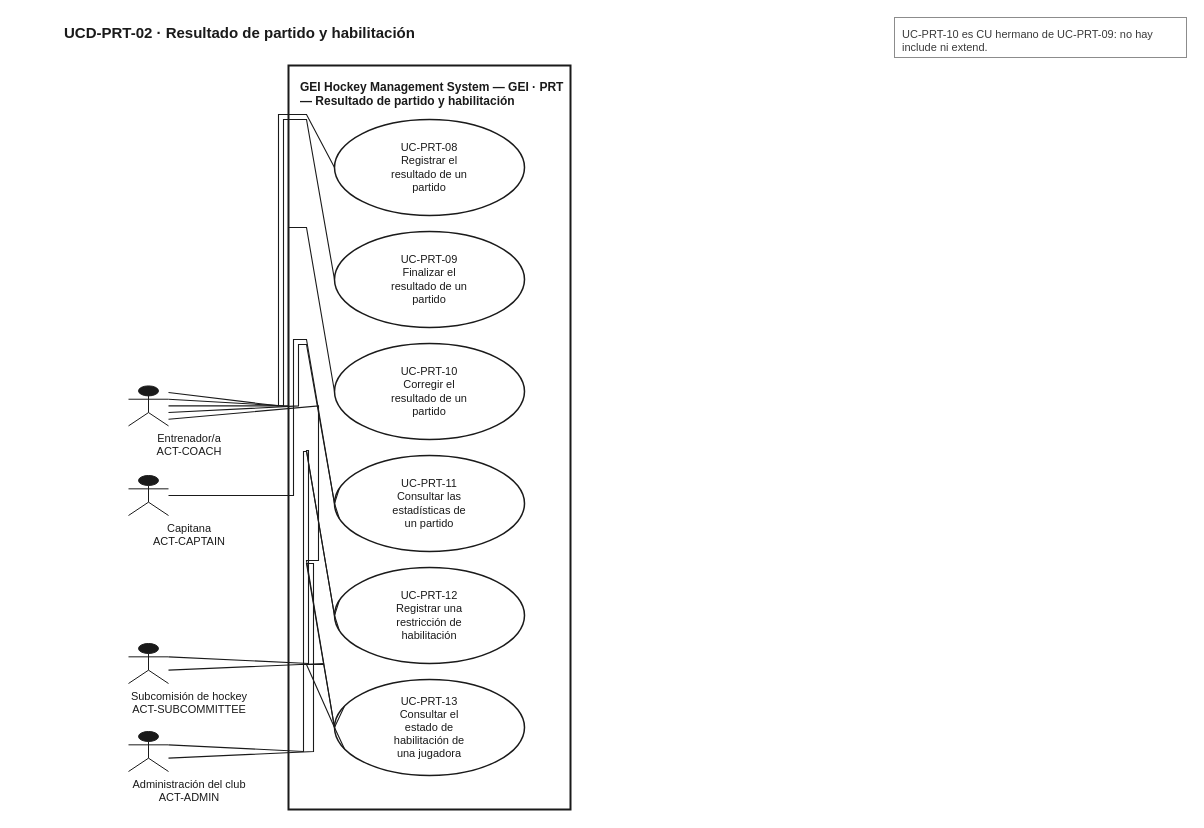
Earlier version of the draw.io diagram docs/uml/use-cases/source-v1_1/UCD-PRT-02__GEI_Match_Result_Selection.drawio (xeyroxpagode/Cluber). Source tidied: cells renumbered, new cells numbered last; positions are measured from the earlier drawing's top-left corner, leaving out a move shared by most shapes. Both pictures are drawn from the tidied source at 100%, with x=0, y=0 at pixel (62, 17).
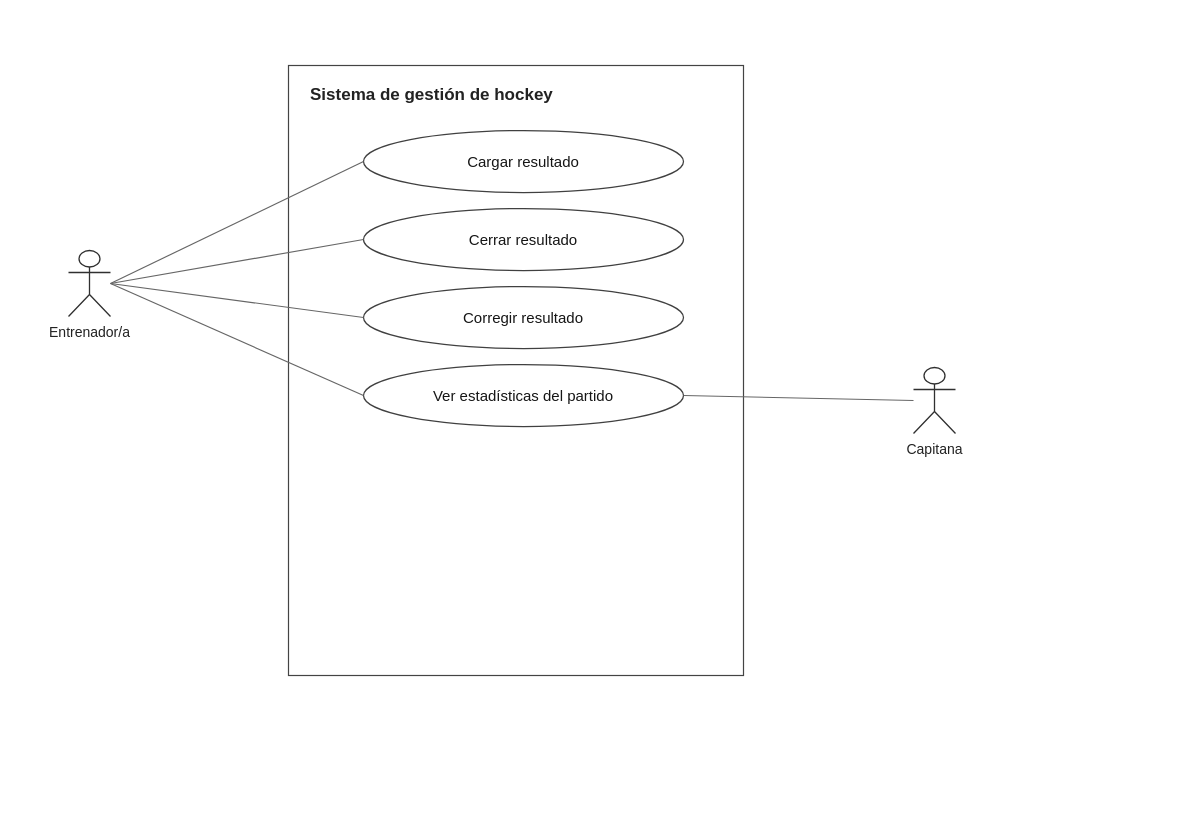
The same page after the edit.

Change to the diagram source:
```diff
@@
-<mxGraphModel>
+<mxGraphModel background="#FFFFFF">
@@
-    <mxCell id="2" value="UCD-PRT-02 · Resultado de partido y habilitación" style="text;html=1;strokeColor=none;fillColor=none;align=left;verticalAlign=middle;fontFamily=Helvetica;fontSize=15;fontStyle=1;fontColor=#1A1A1A;" parent="1" vertex="1">
-      <mxGeometry y="2" width="800" height="26" as="geometry" />
-    </mxCell>
-    <mxCell id="3" value="GEI Hockey Management System — GEI · PRT — Resultado de partido y habilitación" style="rounded=0;whiteSpace=wrap;html=1;fillColor=#FFFFFF;strokeColor=#1A1A1A;strokeWidth=2;verticalAlign=top;align=left;spacingLeft=10;spacingTop=8;fontFamily=Helvetica;fontSize=12;fontStyle=1;fontColor=#1A1A1A;" parent="1" vertex="1">
-      <mxGeometry x="226" y="48" width="282" height="744" as="geometry" />
+    <mxCell id="3" value="Sistema de gestión de hockey" style="rounded=0;whiteSpace=wrap;html=1;fillColor=#FFFFFF;strokeColor=#444444;strokeWidth=1.2;fontStyle=1;fontSize=17;fontColor=#222222;align=left;verticalAlign=top;spacingLeft=20;spacingTop=13;" parent="1" vertex="1">
+      <mxGeometry x="226" y="48" width="455" height="610" as="geometry" />
     </mxCell>
-    <mxCell id="4" value="UC-PRT-08&lt;br&gt;Registrar el&lt;br&gt;resultado de un&lt;br&gt;partido" style="ellipse;whiteSpace=wrap;html=1;fillColor=#FFFFFF;strokeColor=#1A1A1A;strokeWidth=1.5;fontFamily=Helvetica;fontSize=11;fontColor=#1A1A1A;align=center;verticalAlign=middle;" parent="1" vertex="1">
-      <mxGeometry x="272" y="102" width="190" height="96" as="geometry" />
-    </mxCell>
-    <mxCell id="5" value="UC-PRT-09&lt;br&gt;Finalizar el&lt;br&gt;resultado de un&lt;br&gt;partido" style="ellipse;whiteSpace=wrap;html=1;fillColor=#FFFFFF;strokeColor=#1A1A1A;strokeWidth=1.5;fontFamily=Helvetica;fontSize=11;fontColor=#1A1A1A;align=center;verticalAlign=middle;" parent="1" vertex="1">
-      <mxGeometry x="272" y="214" width="190" height="96" as="geometry" />
-    </mxCell>
-    <mxCell id="6" value="UC-PRT-10&lt;br&gt;Corregir el&lt;br&gt;resultado de un&lt;br&gt;partido" style="ellipse;whiteSpace=wrap;html=1;fillColor=#FFFFFF;strokeColor=#1A1A1A;strokeWidth=1.5;fontFamily=Helvetica;fontSize=11;fontColor=#1A1A1A;align=center;verticalAlign=middle;" parent="1" vertex="1">
-      <mxGeometry x="272" y="326" width="190" height="96" as="geometry" />
-    </mxCell>
-    <mxCell id="7" value="UC-PRT-11&lt;br&gt;Consultar las&lt;br&gt;estadísticas de&lt;br&gt;un partido" style="ellipse;whiteSpace=wrap;html=1;fillColor=#FFFFFF;strokeColor=#1A1A1A;strokeWidth=1.5;fontFamily=Helvetica;fontSize=11;fontColor=#1A1A1A;align=center;verticalAlign=middle;" parent="1" vertex="1">
-      <mxGeometry x="272" y="438" width="190" height="96" as="geometry" />
-    </mxCell>
-    <mxCell id="8" value="UC-PRT-12&lt;br&gt;Registrar una&lt;br&gt;restricción de&lt;br&gt;habilitación" style="ellipse;whiteSpace=wrap;html=1;fillColor=#FFFFFF;strokeColor=#1A1A1A;strokeWidth=1.5;fontFamily=Helvetica;fontSize=11;fontColor=#1A1A1A;align=center;verticalAlign=middle;" parent="1" vertex="1">
-      <mxGeometry x="272" y="550" width="190" height="96" as="geometry" />
-    </mxCell>
-    <mxCell id="9" value="UC-PRT-13&lt;br&gt;Consultar el&lt;br&gt;estado de&lt;br&gt;habilitación de&lt;br&gt;una jugadora" style="ellipse;whiteSpace=wrap;html=1;fillColor=#FFFFFF;strokeColor=#1A1A1A;strokeWidth=1.5;fontFamily=Helvetica;fontSize=11;fontColor=#1A1A1A;align=center;verticalAlign=middle;" parent="1" vertex="1">
-      <mxGeometry x="272" y="662" width="190" height="96" as="geometry" />
-    </mxCell>
-    <mxCell id="10" style="shape=umlActor;html=1;verticalLabelPosition=bottom;verticalAlign=top;align=center;labelBackgroundColor=#FFFFFF;fontFamily=Helvetica;fontSize=11;fontColor=#1A1A1A;strokeColor=#1A1A1A;fillColor=#1A1A1A;" parent="1" vertex="1">
-      <mxGeometry x="66" y="368.4" width="40" height="40" as="geometry" />
-    </mxCell>
-    <mxCell id="11" value="Entrenador/a&lt;br&gt;ACT-COACH" style="text;html=1;strokeColor=none;fillColor=none;align=center;verticalAlign=top;fontFamily=Helvetica;fontSize=11;fontColor=#1A1A1A;whiteSpace=wrap;" parent="1" vertex="1">
-      <mxGeometry x="42" y="408.4" width="170" height="28" as="geometry" />
-    </mxCell>
-    <mxCell id="12" style="shape=umlActor;html=1;verticalLabelPosition=bottom;verticalAlign=top;align=center;labelBackgroundColor=#FFFFFF;fontFamily=Helvetica;fontSize=11;fontColor=#1A1A1A;strokeColor=#1A1A1A;fillColor=#1A1A1A;" parent="1" vertex="1">
-      <mxGeometry x="66" y="458" width="40" height="40" as="geometry" />
-    </mxCell>
-    <mxCell id="13" value="Capitana&lt;br&gt;ACT-CAPTAIN" style="text;html=1;strokeColor=none;fillColor=none;align=center;verticalAlign=top;fontFamily=Helvetica;fontSize=11;fontColor=#1A1A1A;whiteSpace=wrap;" parent="1" vertex="1">
-      <mxGeometry x="42" y="498" width="170" height="28" as="geometry" />
-    </mxCell>
-    <mxCell id="14" style="shape=umlActor;html=1;verticalLabelPosition=bottom;verticalAlign=top;align=center;labelBackgroundColor=#FFFFFF;fontFamily=Helvetica;fontSize=11;fontColor=#1A1A1A;strokeColor=#1A1A1A;fillColor=#1A1A1A;" parent="1" vertex="1">
-      <mxGeometry x="66" y="626" width="40" height="40" as="geometry" />
-    </mxCell>
-    <mxCell id="15" value="Subcomisión de hockey&lt;br&gt;ACT-SUBCOMMITTEE" style="text;html=1;strokeColor=none;fillColor=none;align=center;verticalAlign=top;fontFamily=Helvetica;fontSize=11;fontColor=#1A1A1A;whiteSpace=wrap;" parent="1" vertex="1">
-      <mxGeometry x="42" y="666" width="170" height="28" as="geometry" />
-    </mxCell>
-    <mxCell id="16" style="shape=umlActor;html=1;verticalLabelPosition=bottom;verticalAlign=top;align=center;labelBackgroundColor=#FFFFFF;fontFamily=Helvetica;fontSize=11;fontColor=#1A1A1A;strokeColor=#1A1A1A;fillColor=#1A1A1A;" parent="1" vertex="1">
-      <mxGeometry x="66" y="714" width="40" height="40" as="geometry" />
-    </mxCell>
-    <mxCell id="17" value="Administración del club&lt;br&gt;ACT-ADMIN" style="text;html=1;strokeColor=none;fillColor=none;align=center;verticalAlign=top;fontFamily=Helvetica;fontSize=11;fontColor=#1A1A1A;whiteSpace=wrap;" parent="1" vertex="1">
-      <mxGeometry x="42" y="754" width="170" height="28" as="geometry" />
-    </mxCell>
-    <mxCell id="18" value="UC-PRT-10 es CU hermano de UC-PRT-09: no hay&lt;br&gt;include ni extend." style="rounded=0;whiteSpace=wrap;html=1;fillColor=#FFFFFF;strokeColor=#8C8C8C;strokeWidth=1;align=left;verticalAlign=top;spacingLeft=6;spacingTop=4;fontFamily=Helvetica;fontSize=11;fontColor=#3A3A3A;" parent="1" vertex="1">
-      <mxGeometry x="832" width="292" height="40" as="geometry" />
-    </mxCell>
-    <mxCell id="19" style="endArrow=none;html=1;rounded=0;strokeColor=#1A1A1A;strokeWidth=1.1;exitX=1;exitY=0.16666666666666666;exitDx=0;exitDy=0;entryX=0;entryY=0.5;entryDx=0;entryDy=0;" parent="1" edge="1" source="10" target="4">
-      <mxGeometry relative="1" as="geometry">
-        <Array as="points">
-          <mxPoint x="216" y="388.4" />
-          <mxPoint x="216" y="97" />
-          <mxPoint x="244" y="97" />
-          <mxPoint x="272" y="150" />
-        </Array>
-      </mxGeometry>
-    </mxCell>
-    <mxCell id="20" style="endArrow=none;html=1;rounded=0;strokeColor=#1A1A1A;strokeWidth=1.1;exitX=1;exitY=0.3333333333333333;exitDx=0;exitDy=0;entryX=0;entryY=0.5;entryDx=0;entryDy=0;" parent="1" edge="1" source="10" target="5">
-      <mxGeometry relative="1" as="geometry">
-        <Array as="points">
-          <mxPoint x="221" y="388.4" />
-          <mxPoint x="221" y="102" />
-          <mxPoint x="244" y="102" />
-          <mxPoint x="272" y="262" />
-        </Array>
-      </mxGeometry>
-    </mxCell>
-    <mxCell id="21" style="endArrow=none;html=1;rounded=0;strokeColor=#1A1A1A;strokeWidth=1.1;exitX=1;exitY=0.5;exitDx=0;exitDy=0;entryX=0;entryY=0.5;entryDx=0;entryDy=0;" parent="1" edge="1" source="10" target="6">
-      <mxGeometry relative="1" as="geometry">
-        <Array as="points">
-          <mxPoint x="226" y="388.4" />
-          <mxPoint x="226" y="210" />
-          <mxPoint x="244" y="210" />
-          <mxPoint x="272" y="374" />
-        </Array>
-      </mxGeometry>
-    </mxCell>
-    <mxCell id="22" style="endArrow=none;html=1;rounded=0;strokeColor=#1A1A1A;strokeWidth=1.1;exitX=1;exitY=0.5;exitDx=0;exitDy=0;entryX=0;entryY=0.6666666666666666;entryDx=0;entryDy=0;" parent="1" edge="1" source="12" target="7">
-      <mxGeometry relative="1" as="geometry">
-        <Array as="points">
-          <mxPoint x="231" y="478" />
-          <mxPoint x="231" y="322" />
-          <mxPoint x="244" y="322" />
-          <mxPoint x="272" y="486" />
-        </Array>
-      </mxGeometry>
-    </mxCell>
-    <mxCell id="23" style="endArrow=none;html=1;rounded=0;strokeColor=#1A1A1A;strokeWidth=1.1;exitX=1;exitY=0.6666666666666666;exitDx=0;exitDy=0;entryX=0;entryY=0.3333333333333333;entryDx=0;entryDy=0;" parent="1" edge="1" source="10" target="7">
-      <mxGeometry relative="1" as="geometry">
-        <Array as="points">
-          <mxPoint x="236" y="388.4" />
-          <mxPoint x="236" y="327" />
-          <mxPoint x="244" y="327" />
-          <mxPoint x="272" y="486" />
-        </Array>
-      </mxGeometry>
-    </mxCell>
-    <mxCell id="24" style="endArrow=none;html=1;rounded=0;strokeColor=#1A1A1A;strokeWidth=1.1;exitX=1;exitY=0.3333333333333333;exitDx=0;exitDy=0;entryX=0;entryY=0.6666666666666666;entryDx=0;entryDy=0;" parent="1" edge="1" source="16" target="8">
-      <mxGeometry relative="1" as="geometry">
-        <Array as="points">
-          <mxPoint x="241" y="734" />
-          <mxPoint x="241" y="434" />
-          <mxPoint x="244" y="434" />
-          <mxPoint x="272" y="598" />
-        </Array>
-      </mxGeometry>
-    </mxCell>
-    <mxCell id="25" style="endArrow=none;html=1;rounded=0;strokeColor=#1A1A1A;strokeWidth=1.1;exitX=1;exitY=0.3333333333333333;exitDx=0;exitDy=0;entryX=0;entryY=0.3333333333333333;entryDx=0;entryDy=0;" parent="1" edge="1" source="14" target="8">
-      <mxGeometry relative="1" as="geometry">
-        <Array as="points">
-          <mxPoint x="246" y="646" />
-          <mxPoint x="246" y="433" />
-          <mxPoint x="244" y="433" />
-          <mxPoint x="272" y="598" />
-        </Array>
-      </mxGeometry>
-    </mxCell>
-    <mxCell id="26" style="endArrow=none;html=1;rounded=0;strokeColor=#1A1A1A;strokeWidth=1.1;exitX=1;exitY=0.6666666666666666;exitDx=0;exitDy=0;entryX=0;entryY=0.75;entryDx=0;entryDy=0;" parent="1" edge="1" source="16" target="9">
-      <mxGeometry relative="1" as="geometry">
-        <Array as="points">
-          <mxPoint x="251" y="734" />
-          <mxPoint x="251" y="546" />
-          <mxPoint x="244" y="546" />
-          <mxPoint x="272" y="710" />
-        </Array>
-      </mxGeometry>
-    </mxCell>
-    <mxCell id="27" style="endArrow=none;html=1;rounded=0;strokeColor=#1A1A1A;strokeWidth=1.1;exitX=1;exitY=0.8333333333333334;exitDx=0;exitDy=0;entryX=0;entryY=0.25;entryDx=0;entryDy=0;" parent="1" edge="1" source="10" target="9">
-      <mxGeometry relative="1" as="geometry">
-        <Array as="points">
-          <mxPoint x="256" y="388.4" />
-          <mxPoint x="256" y="543" />
-          <mxPoint x="244" y="543" />
-          <mxPoint x="272" y="710" />
-        </Array>
-      </mxGeometry>
-    </mxCell>
-    <mxCell id="28" style="endArrow=none;html=1;rounded=0;strokeColor=#1A1A1A;strokeWidth=1.1;exitX=1;exitY=0.6666666666666666;exitDx=0;exitDy=0;entryX=0;entryY=0.5;entryDx=0;entryDy=0;" parent="1" edge="1" source="14" target="9">
-      <mxGeometry relative="1" as="geometry">
-        <Array as="points">
-          <mxPoint x="261" y="646" />
-          <mxPoint x="261" y="647" />
-          <mxPoint x="244" y="647" />
-          <mxPoint x="272" y="710" />
-        </Array>
-      </mxGeometry>
-    </mxCell>
+    <mxCell id="29" value="Cargar resultado" style="ellipse;html=1;whiteSpace=wrap;fillColor=#FFFFFF;strokeColor=#404040;strokeWidth=1.25;fontColor=#161616;fontSize=15;align=center;verticalAlign=middle;spacing=10;" parent="1" vertex="1">
+      <mxGeometry x="301" y="113" width="320" height="62" as="geometry" />
+    </mxCell>
+    <mxCell id="30" value="Cerrar resultado" style="ellipse;html=1;whiteSpace=wrap;fillColor=#FFFFFF;strokeColor=#404040;strokeWidth=1.25;fontColor=#161616;fontSize=15;align=center;verticalAlign=middle;spacing=10;" parent="1" vertex="1">
+      <mxGeometry x="301" y="191" width="320" height="62" as="geometry" />
+    </mxCell>
+    <mxCell id="31" value="Corregir resultado" style="ellipse;html=1;whiteSpace=wrap;fillColor=#FFFFFF;strokeColor=#404040;strokeWidth=1.25;fontColor=#161616;fontSize=15;align=center;verticalAlign=middle;spacing=10;" parent="1" vertex="1">
+      <mxGeometry x="301" y="269" width="320" height="62" as="geometry" />
+    </mxCell>
+    <mxCell id="32" value="Ver estadísticas del partido" style="ellipse;html=1;whiteSpace=wrap;fillColor=#FFFFFF;strokeColor=#404040;strokeWidth=1.25;fontColor=#161616;fontSize=15;align=center;verticalAlign=middle;spacing=10;" parent="1" vertex="1">
+      <mxGeometry x="301" y="347" width="320" height="62" as="geometry" />
+    </mxCell>
+    <mxCell id="33" style="shape=umlActor;html=1;strokeColor=#303030;strokeWidth=1.3;fillColor=#FFFFFF;" parent="1" vertex="1">
+      <mxGeometry x="6" y="233" width="42" height="66" as="geometry" />
+    </mxCell>
+    <mxCell id="34" value="Entrenador/a" style="text;html=1;whiteSpace=wrap;align=center;verticalAlign=top;fontSize=14;fontColor=#222222;fillColor=none;strokeColor=none;" parent="1" vertex="1">
+      <mxGeometry x="-45" y="300" width="145" height="44" as="geometry" />
+    </mxCell>
+    <mxCell id="35" style="shape=umlActor;html=1;strokeColor=#303030;strokeWidth=1.3;fillColor=#FFFFFF;" parent="1" vertex="1">
+      <mxGeometry x="851" y="350" width="42" height="66" as="geometry" />
+    </mxCell>
+    <mxCell id="36" value="Capitana" style="text;html=1;whiteSpace=wrap;align=center;verticalAlign=top;fontSize=14;fontColor=#222222;fillColor=none;strokeColor=none;" parent="1" vertex="1">
+      <mxGeometry x="800" y="417" width="145" height="44" as="geometry" />
+    </mxCell>
+    <mxCell id="37" style="endArrow=none;startArrow=none;html=1;strokeColor=#666666;strokeWidth=1.15;rounded=0;edgeStyle=none;exitX=0;exitY=0.5;entryX=1;entryY=0.5;" parent="1" edge="1" source="35" target="32">
+      <mxGeometry relative="1" as="geometry" />
+    </mxCell>
+    <mxCell id="38" style="endArrow=none;startArrow=none;html=1;strokeColor=#666666;strokeWidth=1.15;rounded=0;edgeStyle=none;exitX=1;exitY=0.5;entryX=0;entryY=0.5;" parent="1" edge="1" source="33" target="29">
+      <mxGeometry relative="1" as="geometry" />
+    </mxCell>
+    <mxCell id="39" style="endArrow=none;startArrow=none;html=1;strokeColor=#666666;strokeWidth=1.15;rounded=0;edgeStyle=none;exitX=1;exitY=0.5;entryX=0;entryY=0.5;" parent="1" edge="1" source="33" target="30">
+      <mxGeometry relative="1" as="geometry" />
+    </mxCell>
+    <mxCell id="40" style="endArrow=none;startArrow=none;html=1;strokeColor=#666666;strokeWidth=1.15;rounded=0;edgeStyle=none;exitX=1;exitY=0.5;entryX=0;entryY=0.5;" parent="1" edge="1" source="33" target="31">
+      <mxGeometry relative="1" as="geometry" />
+    </mxCell>
+    <mxCell id="41" style="endArrow=none;startArrow=none;html=1;strokeColor=#666666;strokeWidth=1.15;rounded=0;edgeStyle=none;exitX=1;exitY=0.5;entryX=0;entryY=0.5;" parent="1" edge="1" source="33" target="32">
+      <mxGeometry relative="1" as="geometry" />
+    </mxCell>
```
